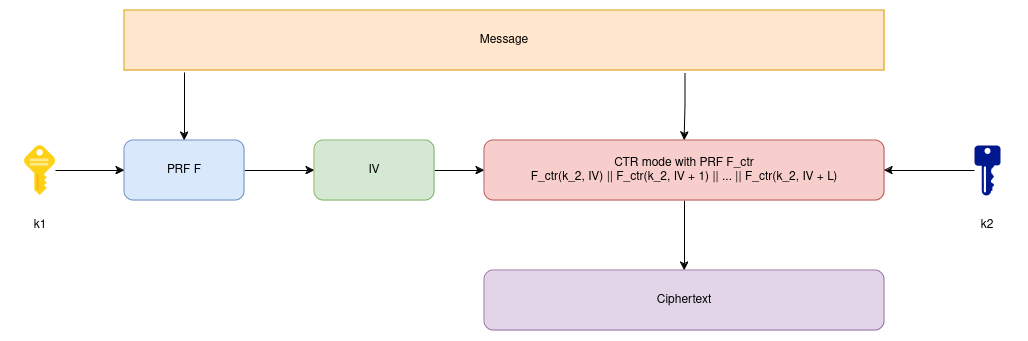
This is docs/assets/SIV.drawio.png from da0p/GithubPage, a draw.io export, as it was before one commit. Source tidied: cells renumbered, new cells last; positions are measured from the earlier drawing's top-left corner, leaving out a move shared by most shapes. Source of this version:
```xml
<mxGraphModel>
  <root>
    <mxCell id="0" />
    <mxCell id="1" parent="0" />
    <mxCell id="2" value="Message" style="rounded=0;whiteSpace=wrap;html=1;fillColor=#ffe6cc;strokeColor=#d79b00;" parent="1" vertex="1">
      <mxGeometry x="114" width="760" height="60" as="geometry" />
    </mxCell>
    <mxCell id="3" style="edgeStyle=orthogonalEdgeStyle;rounded=0;jettySize=auto;html=1;" parent="1" edge="1" source="4" target="7">
      <mxGeometry relative="1" as="geometry" />
    </mxCell>
    <mxCell id="4" value="PRF F" style="rounded=1;whiteSpace=wrap;html=1;fillColor=#dae8fc;strokeColor=#6c8ebf;" parent="1" vertex="1">
      <mxGeometry x="114" y="130" width="120" height="60" as="geometry" />
    </mxCell>
    <mxCell id="5" style="endArrow=classic;html=1;rounded=0;entryX=0.5;entryY=0;entryDx=0;entryDy=0;" parent="1" edge="1" target="4">
      <mxGeometry relative="1" as="geometry">
        <mxPoint x="174" y="62" as="sourcePoint" />
      </mxGeometry>
    </mxCell>
    <mxCell id="6" style="edgeStyle=orthogonalEdgeStyle;rounded=0;jettySize=auto;html=1;" parent="1" edge="1" source="7" target="9">
      <mxGeometry relative="1" as="geometry" />
    </mxCell>
    <mxCell id="7" value="IV" style="rounded=1;whiteSpace=wrap;html=1;fillColor=#d5e8d4;strokeColor=#82b366;" parent="1" vertex="1">
      <mxGeometry x="304" y="130" width="120" height="60" as="geometry" />
    </mxCell>
    <mxCell id="8" style="edgeStyle=orthogonalEdgeStyle;rounded=0;jettySize=auto;html=1;" parent="1" edge="1" source="9" target="11">
      <mxGeometry relative="1" as="geometry" />
    </mxCell>
    <mxCell id="9" value="CTR mode with PRF F_ctr&lt;br&gt;F_ctr(k_2, IV) || F_ctr(k_2, IV + 1) || ... || F_ctr(k_2, IV + L)" style="rounded=1;whiteSpace=wrap;html=1;fillColor=#f8cecc;strokeColor=#b85450;" parent="1" vertex="1">
      <mxGeometry x="474" y="130" width="400" height="60" as="geometry" />
    </mxCell>
    <mxCell id="10" style="edgeStyle=orthogonalEdgeStyle;rounded=0;jettySize=auto;html=1;exitX=0.738;exitY=1.05;exitDx=0;exitDy=0;entryX=0.5;entryY=0;entryDx=0;entryDy=0;exitPerimeter=0;" parent="1" edge="1" source="2" target="9">
      <mxGeometry relative="1" as="geometry" />
    </mxCell>
    <mxCell id="11" value="Ciphertext" style="rounded=1;whiteSpace=wrap;html=1;fillColor=#e1d5e7;strokeColor=#9673a6;" parent="1" vertex="1">
      <mxGeometry x="474" y="260" width="400" height="60" as="geometry" />
    </mxCell>
    <mxCell id="12" style="edgeStyle=orthogonalEdgeStyle;rounded=0;jettySize=auto;html=1;" parent="1" edge="1" source="13" target="4">
      <mxGeometry relative="1" as="geometry" />
    </mxCell>
    <mxCell id="13" style="image;sketch=0;html=1;points=[];align=center;fontSize=12;image=img/lib/mscae/Key.svg;" parent="1" vertex="1">
      <mxGeometry x="14" y="135" width="31" height="50" as="geometry" />
    </mxCell>
    <mxCell id="14" style="edgeStyle=orthogonalEdgeStyle;rounded=0;jettySize=auto;html=1;" parent="1" edge="1" source="15" target="9">
      <mxGeometry relative="1" as="geometry" />
    </mxCell>
    <mxCell id="15" style="sketch=0;shadow=0;dashed=0;html=1;strokeColor=none;labelPosition=center;verticalLabelPosition=bottom;verticalAlign=top;align=center;fillColor=#00188D;shape=mxgraph.mscae.enterprise.key_permissions;" parent="1" vertex="1">
      <mxGeometry x="964" y="135" width="26" height="50" as="geometry" />
    </mxCell>
    <mxCell id="16" value="k1" style="text;html=1;align=center;verticalAlign=middle;whiteSpace=wrap;rounded=0;" parent="1" vertex="1">
      <mxGeometry x="-0.5" y="200" width="60" height="30" as="geometry" />
    </mxCell>
    <mxCell id="17" value="k2" style="text;html=1;align=center;verticalAlign=middle;whiteSpace=wrap;rounded=0;" parent="1" vertex="1">
      <mxGeometry x="947" y="200" width="60" height="30" as="geometry" />
    </mxCell>
  </root>
</mxGraphModel>
```
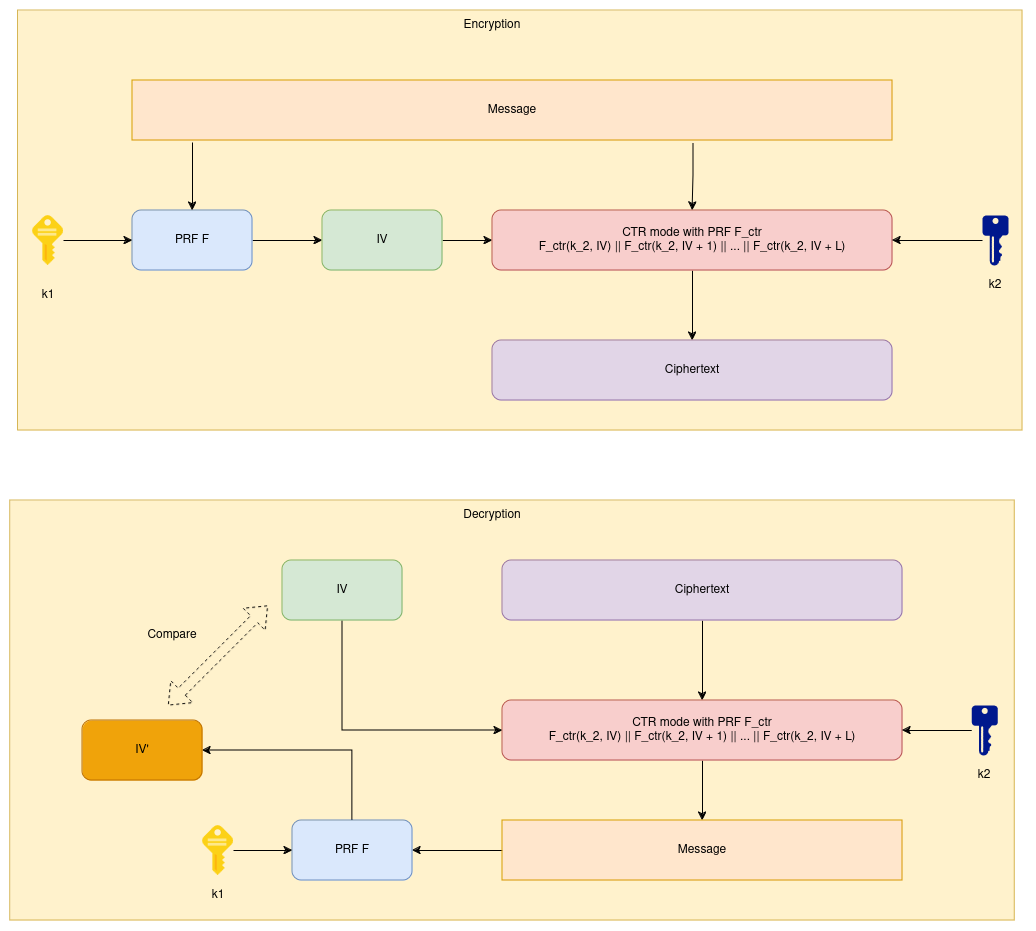
After the change.

What changed in the source:
```diff
@@ -2,6 +2,9 @@
   <root>
     <mxCell id="0" />
     <mxCell id="1" parent="0" />
+    <mxCell id="18" style="rounded=0;whiteSpace=wrap;html=1;fillColor=#fff2cc;strokeColor=#d6b656;" parent="1" vertex="1">
+      <mxGeometry x="-0.5" y="-70" width="1004.5" height="420" as="geometry" />
+    </mxCell>
     <mxCell id="2" value="Message" style="rounded=0;whiteSpace=wrap;html=1;fillColor=#ffe6cc;strokeColor=#d79b00;" parent="1" vertex="1">
       <mxGeometry x="114" width="760" height="60" as="geometry" />
     </mxCell>
@@ -50,7 +53,76 @@
       <mxGeometry x="-0.5" y="200" width="60" height="30" as="geometry" />
     </mxCell>
     <mxCell id="17" value="k2" style="text;html=1;align=center;verticalAlign=middle;whiteSpace=wrap;rounded=0;" parent="1" vertex="1">
-      <mxGeometry x="947" y="200" width="60" height="30" as="geometry" />
+      <mxGeometry x="947" y="190" width="60" height="30" as="geometry" />
     </mxCell>
+    <mxCell id="19" value="Encryption" style="text;html=1;align=center;verticalAlign=middle;whiteSpace=wrap;rounded=0;" parent="1" vertex="1">
+      <mxGeometry x="444" y="-70" width="60" height="30" as="geometry" />
+    </mxCell>
+    <mxCell id="20" style="rounded=0;whiteSpace=wrap;html=1;fillColor=#fff2cc;strokeColor=#d6b656;" parent="1" vertex="1">
+      <mxGeometry x="-8.2" y="420" width="1004.5" height="420" as="geometry" />
+    </mxCell>
+    <mxCell id="21" value="Decryption" style="text;html=1;align=center;verticalAlign=middle;whiteSpace=wrap;rounded=0;" parent="1" vertex="1">
+      <mxGeometry x="444" y="420" width="60" height="30" as="geometry" />
+    </mxCell>
+    <mxCell id="22" style="edgeStyle=orthogonalEdgeStyle;rounded=0;jettySize=auto;html=1;" parent="1" edge="1" source="23" target="25">
+      <mxGeometry relative="1" as="geometry" />
+    </mxCell>
+    <mxCell id="23" value="Ciphertext" style="rounded=1;whiteSpace=wrap;html=1;fillColor=#e1d5e7;strokeColor=#9673a6;" parent="1" vertex="1">
+      <mxGeometry x="484" y="480" width="400" height="60" as="geometry" />
+    </mxCell>
+    <mxCell id="24" style="edgeStyle=orthogonalEdgeStyle;rounded=0;jettySize=auto;html=1;" parent="1" edge="1" source="25" target="27">
+      <mxGeometry relative="1" as="geometry" />
+    </mxCell>
+    <mxCell id="25" value="CTR mode with PRF F_ctr&lt;br&gt;F_ctr(k_2, IV) || F_ctr(k_2, IV + 1) || ... || F_ctr(k_2, IV + L)" style="rounded=1;whiteSpace=wrap;html=1;fillColor=#f8cecc;strokeColor=#b85450;" parent="1" vertex="1">
+      <mxGeometry x="484" y="620" width="400" height="60" as="geometry" />
+    </mxCell>
+    <mxCell id="26" style="edgeStyle=orthogonalEdgeStyle;rounded=0;jettySize=auto;html=1;" parent="1" edge="1" source="27" target="31">
+      <mxGeometry relative="1" as="geometry" />
+    </mxCell>
+    <mxCell id="27" value="Message" style="rounded=0;whiteSpace=wrap;html=1;fillColor=#ffe6cc;strokeColor=#d79b00;" parent="1" vertex="1">
+      <mxGeometry x="484" y="740" width="400" height="60" as="geometry" />
+    </mxCell>
+    <mxCell id="28" style="edgeStyle=orthogonalEdgeStyle;rounded=0;jettySize=auto;html=1;entryX=0;entryY=0.5;entryDx=0;entryDy=0;exitX=0.5;exitY=1;exitDx=0;exitDy=0;" parent="1" edge="1" source="29" target="25">
+      <mxGeometry relative="1" as="geometry" />
+    </mxCell>
+    <mxCell id="29" value="IV" style="rounded=1;whiteSpace=wrap;html=1;fillColor=#d5e8d4;strokeColor=#82b366;" parent="1" vertex="1">
+      <mxGeometry x="264" y="480" width="120" height="60" as="geometry" />
+    </mxCell>
+    <mxCell id="30" style="edgeStyle=orthogonalEdgeStyle;rounded=0;jettySize=auto;html=1;exitX=0.5;exitY=0;exitDx=0;exitDy=0;entryX=1;entryY=0.5;entryDx=0;entryDy=0;" parent="1" edge="1" source="31" target="38">
+      <mxGeometry relative="1" as="geometry" />
+    </mxCell>
+    <mxCell id="31" value="PRF F" style="rounded=1;whiteSpace=wrap;html=1;fillColor=#dae8fc;strokeColor=#6c8ebf;" parent="1" vertex="1">
+      <mxGeometry x="274" y="740" width="120" height="60" as="geometry" />
+    </mxCell>
+    <mxCell id="32" style="edgeStyle=orthogonalEdgeStyle;rounded=0;jettySize=auto;html=1;" parent="1" edge="1" source="33" target="31">
+      <mxGeometry relative="1" as="geometry" />
+    </mxCell>
+    <mxCell id="33" style="image;sketch=0;html=1;points=[];align=center;fontSize=12;image=img/lib/mscae/Key.svg;" parent="1" vertex="1">
+      <mxGeometry x="184" y="745" width="31" height="50" as="geometry" />
+    </mxCell>
+    <mxCell id="34" value="k1" style="text;html=1;align=center;verticalAlign=middle;whiteSpace=wrap;rounded=0;" parent="1" vertex="1">
+      <mxGeometry x="169.5" y="800" width="60" height="30" as="geometry" />
+    </mxCell>
+    <mxCell id="35" style="edgeStyle=orthogonalEdgeStyle;rounded=0;jettySize=auto;html=1;" parent="1" edge="1" source="36" target="25">
+      <mxGeometry relative="1" as="geometry" />
+    </mxCell>
+    <mxCell id="36" style="sketch=0;shadow=0;dashed=0;html=1;strokeColor=none;labelPosition=center;verticalLabelPosition=bottom;verticalAlign=top;align=center;fillColor=#00188D;shape=mxgraph.mscae.enterprise.key_permissions;" parent="1" vertex="1">
+      <mxGeometry x="953.2" y="625" width="26" height="50" as="geometry" />
+    </mxCell>
+    <mxCell id="37" value="k2" style="text;html=1;align=center;verticalAlign=middle;whiteSpace=wrap;rounded=0;" parent="1" vertex="1">
+      <mxGeometry x="936.2" y="680" width="60" height="30" as="geometry" />
+    </mxCell>
+    <mxCell id="38" value="IV'" style="rounded=1;whiteSpace=wrap;html=1;fillColor=#f0a30a;fontColor=#000000;strokeColor=#BD7000;" parent="1" vertex="1">
+      <mxGeometry x="64" y="640" width="120" height="60" as="geometry" />
+    </mxCell>
+    <mxCell id="39" style="shape=flexArrow;endArrow=classic;startArrow=classic;html=1;rounded=0;dashed=1;" parent="1" edge="1">
+      <mxGeometry relative="1" as="geometry">
+        <mxPoint x="149.5" y="625" as="sourcePoint" />
+        <mxPoint x="249.5" y="525" as="targetPoint" />
+      </mxGeometry>
+    </mxCell>
+    <mxCell id="40" value="Compare" style="text;html=1;align=center;verticalAlign=middle;whiteSpace=wrap;rounded=0;" parent="1" vertex="1">
+      <mxGeometry x="124" y="540" width="60" height="30" as="geometry" />
+    </mxCell>
   </root>
 </mxGraphModel>
```
